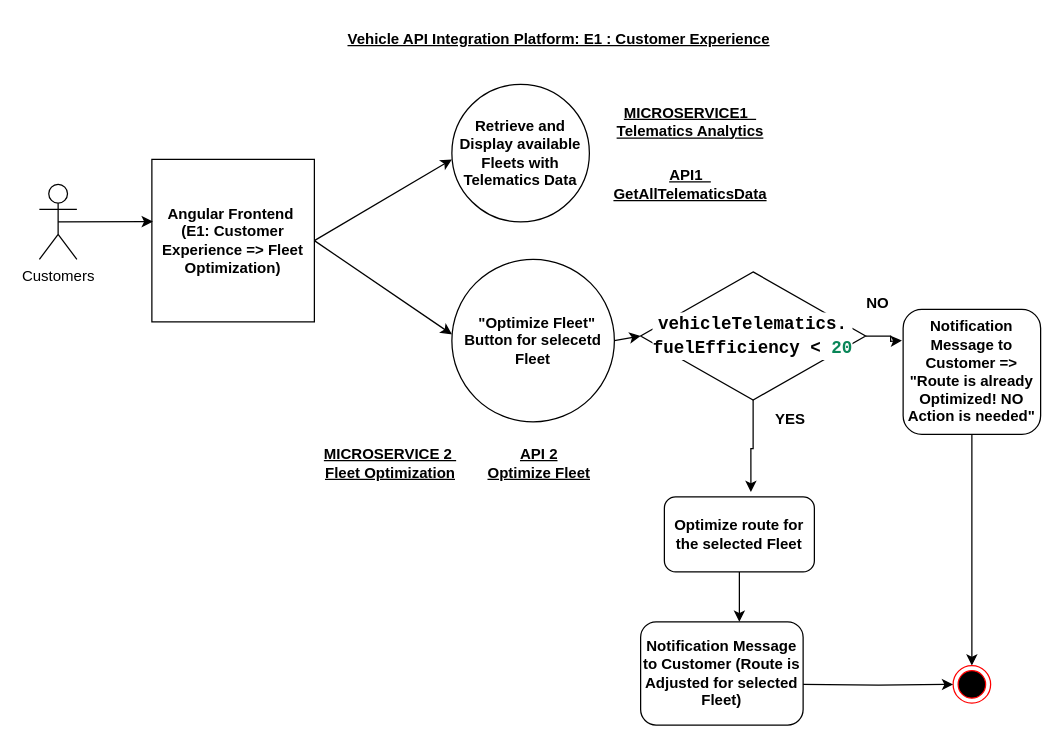
The draw.io diagram Design Workflows.drawio in atheeswaran/Dissertation_VehicleAPIPlatform, before the edit. Source tidied: cells renumbered, new cells numbered last; positions are measured from the earlier drawing's top-left corner, leaving out a move shared by most shapes. Both pictures are drawn from the tidied source at 125%, with x=0, y=0 at pixel (39, 21).
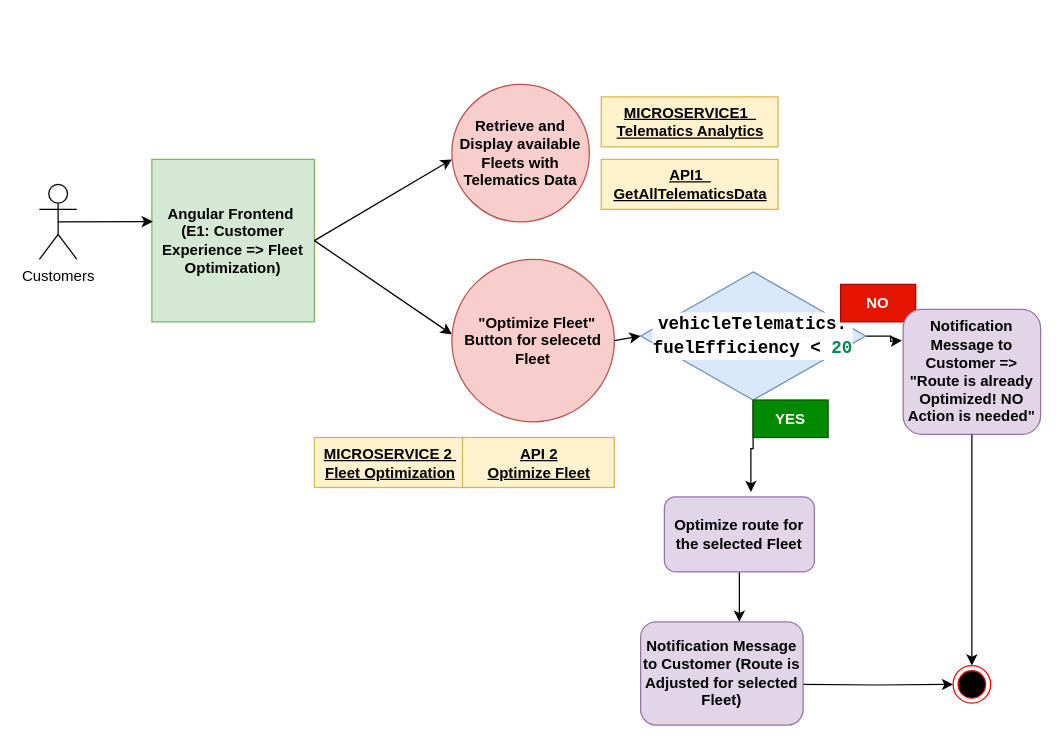
The same diagram, later.

The edit, as a diff of the source:
```diff
@@
-    <mxCell id="3" value="&lt;b&gt;Angular Frontend&amp;nbsp; (E1: Customer Experience =&amp;gt; Fleet Optimization)&lt;/b&gt;" style="whiteSpace=wrap;html=1;" parent="1" vertex="1">
+    <mxCell id="3" value="&lt;b&gt;Angular Frontend&amp;nbsp; (E1: Customer Experience =&amp;gt; Fleet Optimization)&lt;/b&gt;" style="whiteSpace=wrap;html=1;fillColor=#d5e8d4;strokeColor=#82b366;" parent="1" vertex="1">
       <mxGeometry x="90" y="110" width="130" height="130" as="geometry" />
     </mxCell>
@@
-    <mxCell id="6" value="&lt;b&gt;Retrieve and Display available Fleets with Telematics Data&lt;/b&gt;" style="ellipse;whiteSpace=wrap;html=1;" parent="1" vertex="1">
+    <mxCell id="6" value="&lt;b&gt;Retrieve and Display available Fleets with Telematics Data&lt;/b&gt;" style="ellipse;whiteSpace=wrap;html=1;fillColor=#f8cecc;strokeColor=#b85450;" parent="1" vertex="1">
       <mxGeometry x="330" y="50" width="110" height="110" as="geometry" />
     </mxCell>
@@
-    <mxCell id="8" value="&lt;b&gt;&amp;nbsp; &quot;Optimize Fleet&quot; Button for selecetd Fleet&lt;/b&gt;" style="ellipse;whiteSpace=wrap;html=1;" parent="1" vertex="1">
+    <mxCell id="8" value="&lt;b&gt;&amp;nbsp; &quot;Optimize Fleet&quot; Button for selecetd Fleet&lt;/b&gt;" style="ellipse;whiteSpace=wrap;html=1;fillColor=#f8cecc;strokeColor=#b85450;" parent="1" vertex="1">
       <mxGeometry x="330" y="190" width="130" height="130" as="geometry" />
     </mxCell>
@@
-    <mxCell id="12" value="&lt;div style=&quot;background-color: rgb(255, 255, 255); font-family: Consolas, &amp;quot;Courier New&amp;quot;, monospace; font-size: 14px; line-height: 19px; white-space: pre;&quot;&gt;&lt;b&gt;vehicleTelematics.&lt;/b&gt;&lt;/div&gt;&lt;div style=&quot;background-color: rgb(255, 255, 255); font-family: Consolas, &amp;quot;Courier New&amp;quot;, monospace; font-size: 14px; line-height: 19px; white-space: pre;&quot;&gt;&lt;b&gt;fuelEfficiency &amp;lt; &lt;span style=&quot;color: #098658;&quot;&gt;20&lt;/span&gt;&lt;/b&gt;&lt;/div&gt;" style="rhombus;whiteSpace=wrap;html=1;" parent="1" vertex="1">
+    <mxCell id="12" value="&lt;div style=&quot;background-color: rgb(255, 255, 255); font-family: Consolas, &amp;quot;Courier New&amp;quot;, monospace; font-size: 14px; line-height: 19px; white-space: pre;&quot;&gt;&lt;b&gt;vehicleTelematics.&lt;/b&gt;&lt;/div&gt;&lt;div style=&quot;background-color: rgb(255, 255, 255); font-family: Consolas, &amp;quot;Courier New&amp;quot;, monospace; font-size: 14px; line-height: 19px; white-space: pre;&quot;&gt;&lt;b&gt;fuelEfficiency &amp;lt; &lt;span style=&quot;color: #098658;&quot;&gt;20&lt;/span&gt;&lt;/b&gt;&lt;/div&gt;" style="rhombus;whiteSpace=wrap;html=1;fillColor=#dae8fc;strokeColor=#6c8ebf;" parent="1" vertex="1">
       <mxGeometry x="481" y="200" width="180" height="102.5" as="geometry" />
     </mxCell>
@@
-    <mxCell id="14" value="&lt;b&gt;Optimize route for the selected Fleet&lt;/b&gt;" style="rounded=1;whiteSpace=wrap;html=1;" parent="1" vertex="1">
+    <mxCell id="14" value="&lt;b&gt;Optimize route for the selected Fleet&lt;/b&gt;" style="rounded=1;whiteSpace=wrap;html=1;fillColor=#e1d5e7;strokeColor=#9673a6;" parent="1" vertex="1">
       <mxGeometry x="500" y="380" width="120" height="60" as="geometry" />
     </mxCell>
-    <mxCell id="15" value="&lt;b&gt;YES&lt;/b&gt;" style="text;html=1;strokeColor=none;fillColor=none;align=center;verticalAlign=middle;whiteSpace=wrap;rounded=0;" parent="1" vertex="1">
+    <mxCell id="15" value="&lt;b&gt;YES&lt;/b&gt;" style="text;html=1;strokeColor=#005700;fillColor=#008a00;align=center;verticalAlign=middle;whiteSpace=wrap;rounded=0;fontColor=#ffffff;" parent="1" vertex="1">
       <mxGeometry x="571" y="302.5" width="60" height="30" as="geometry" />
     </mxCell>
-    <mxCell id="16" value="&lt;b&gt;NO&lt;/b&gt;" style="text;html=1;strokeColor=none;fillColor=none;align=center;verticalAlign=middle;whiteSpace=wrap;rounded=0;" parent="1" vertex="1">
+    <mxCell id="16" value="&lt;b&gt;NO&lt;/b&gt;" style="text;html=1;strokeColor=#B20000;fillColor=#e51400;align=center;verticalAlign=middle;whiteSpace=wrap;rounded=0;fontColor=#ffffff;" parent="1" vertex="1">
       <mxGeometry x="641" y="210" width="60" height="30" as="geometry" />
     </mxCell>
-    <mxCell id="17" value="&lt;b&gt;Notification Message to Customer =&amp;gt; &quot;Route is already Optimized! NO Action is needed&quot;&lt;/b&gt;" style="rounded=1;whiteSpace=wrap;html=1;" parent="1" vertex="1">
+    <mxCell id="17" value="&lt;b&gt;Notification Message to Customer =&amp;gt; &quot;Route is already Optimized! NO Action is needed&quot;&lt;/b&gt;" style="rounded=1;whiteSpace=wrap;html=1;fillColor=#e1d5e7;strokeColor=#9673a6;" parent="1" vertex="1">
       <mxGeometry x="691" y="230" width="110" height="100" as="geometry" />
     </mxCell>
@@
-    <mxCell id="21" value="&lt;b&gt;&lt;u&gt;MICROSERVICE1&amp;nbsp;&amp;nbsp;&lt;/u&gt;&lt;/b&gt;&lt;div&gt;&lt;b&gt;&lt;u&gt;Telematics Analytics&lt;/u&gt;&lt;/b&gt;&lt;/div&gt;" style="text;html=1;strokeColor=none;fillColor=none;align=center;verticalAlign=middle;whiteSpace=wrap;rounded=0;" parent="1" vertex="1">
+    <mxCell id="21" value="&lt;b&gt;&lt;u&gt;MICROSERVICE1&amp;nbsp;&amp;nbsp;&lt;/u&gt;&lt;/b&gt;&lt;div&gt;&lt;b&gt;&lt;u&gt;Telematics Analytics&lt;/u&gt;&lt;/b&gt;&lt;/div&gt;" style="text;html=1;strokeColor=#d6b656;fillColor=#fff2cc;align=center;verticalAlign=middle;whiteSpace=wrap;rounded=0;" parent="1" vertex="1">
       <mxGeometry x="449.5" y="60" width="141.5" height="40" as="geometry" />
     </mxCell>
-    <mxCell id="22" value="&lt;b&gt;&lt;u&gt;MICROSERVICE 2&amp;nbsp; Fleet Optimization&lt;/u&gt;&lt;/b&gt;" style="text;html=1;strokeColor=none;fillColor=none;align=center;verticalAlign=middle;whiteSpace=wrap;rounded=0;" parent="1" vertex="1">
+    <mxCell id="22" value="&lt;b&gt;&lt;u&gt;MICROSERVICE 2&amp;nbsp; Fleet Optimization&lt;/u&gt;&lt;/b&gt;" style="text;html=1;strokeColor=#d6b656;fillColor=#fff2cc;align=center;verticalAlign=middle;whiteSpace=wrap;rounded=0;" parent="1" vertex="1">
       <mxGeometry x="220" y="332.5" width="121.5" height="40" as="geometry" />
     </mxCell>
-    <mxCell id="23" value="Vehicle API Integration Platform: E1 : Customer Experience" style="text;whiteSpace=wrap;fontStyle=5;" parent="1" vertex="1">
-      <mxGeometry x="244.5" width="381.5" height="40" as="geometry" />
-    </mxCell>
-    <mxCell id="24" value="&lt;b&gt;&lt;u&gt;API1&amp;nbsp;&amp;nbsp;&lt;/u&gt;&lt;/b&gt;&lt;div&gt;&lt;b&gt;&lt;u&gt;GetAllTelematicsData&lt;/u&gt;&lt;/b&gt;&lt;/div&gt;" style="text;html=1;strokeColor=none;fillColor=none;align=center;verticalAlign=middle;whiteSpace=wrap;rounded=0;" parent="1" vertex="1">
+    <mxCell id="24" value="&lt;b&gt;&lt;u&gt;API1&amp;nbsp;&amp;nbsp;&lt;/u&gt;&lt;/b&gt;&lt;div&gt;&lt;b&gt;&lt;u&gt;GetAllTelematicsData&lt;/u&gt;&lt;/b&gt;&lt;/div&gt;" style="text;html=1;strokeColor=#d6b656;fillColor=#fff2cc;align=center;verticalAlign=middle;whiteSpace=wrap;rounded=0;" parent="1" vertex="1">
       <mxGeometry x="449.5" y="110" width="141.5" height="40" as="geometry" />
     </mxCell>
-    <mxCell id="25" value="&lt;b&gt;&lt;u&gt;API 2&lt;/u&gt;&lt;/b&gt;&lt;div&gt;&lt;b&gt;&lt;u&gt;Optimize Fleet&lt;/u&gt;&lt;/b&gt;&lt;/div&gt;" style="text;html=1;strokeColor=none;fillColor=none;align=center;verticalAlign=middle;whiteSpace=wrap;rounded=0;" parent="1" vertex="1">
+    <mxCell id="25" value="&lt;b&gt;&lt;u&gt;API 2&lt;/u&gt;&lt;/b&gt;&lt;div&gt;&lt;b&gt;&lt;u&gt;Optimize Fleet&lt;/u&gt;&lt;/b&gt;&lt;/div&gt;" style="text;html=1;strokeColor=#d6b656;fillColor=#fff2cc;align=center;verticalAlign=middle;whiteSpace=wrap;rounded=0;" parent="1" vertex="1">
       <mxGeometry x="338.5" y="332.5" width="121.5" height="40" as="geometry" />
     </mxCell>
-    <mxCell id="26" value="&lt;span style=&quot;font-weight: 700;&quot;&gt;Notification Message to Customer (Route is Adjusted for selected Fleet)&lt;/span&gt;" style="rounded=1;whiteSpace=wrap;html=1;" parent="1" vertex="1">
+    <mxCell id="26" value="&lt;span style=&quot;font-weight: 700;&quot;&gt;Notification Message to Customer (Route is Adjusted for selected Fleet)&lt;/span&gt;" style="rounded=1;whiteSpace=wrap;html=1;fillColor=#e1d5e7;strokeColor=#9673a6;" parent="1" vertex="1">
       <mxGeometry x="481" y="480" width="130" height="82.5" as="geometry" />
     </mxCell>
```
